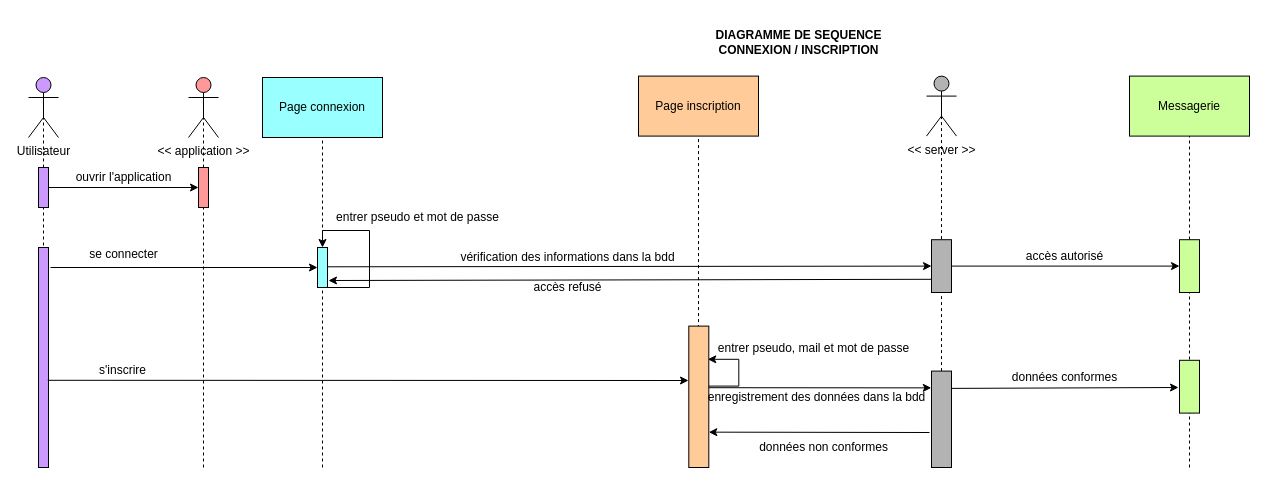
This is Documents/diagramme_sequence.drawio from Erwan8989/Projet_Android, a draw.io file, before an edit. Source tidied: cells renumbered, new cells numbered last; positions are measured from the earlier drawing's top-left corner, leaving out a move shared by most shapes. Both pictures are drawn from the tidied source at 100%, with x=0, y=0 at pixel (28, 27).
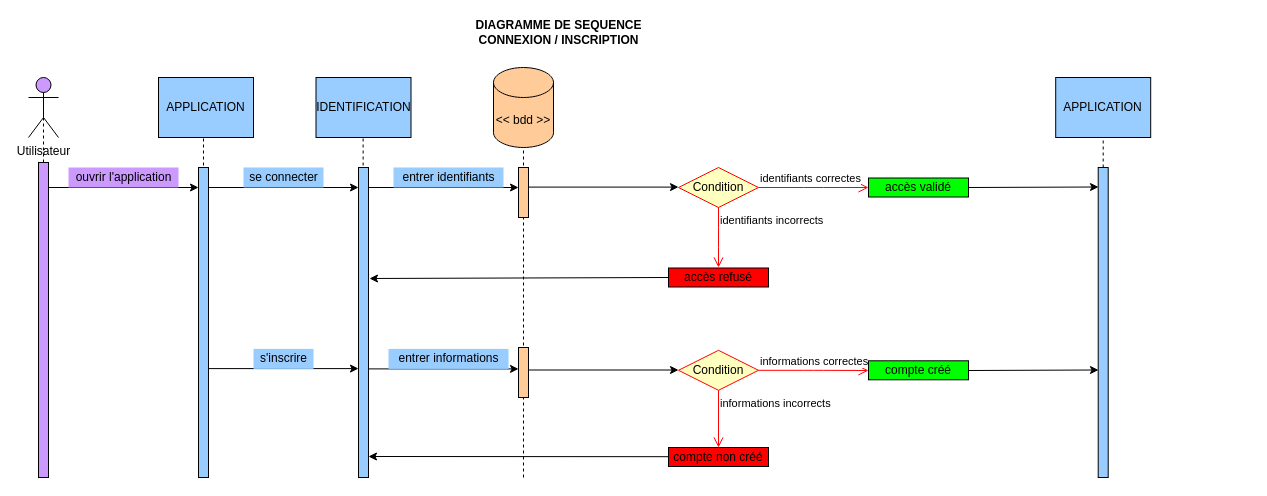
After the change.

Commit message:
MAJ diagramme de séquence

The change refers to these unchanged cells:
```xml
<mxCell id="3" value="Utilisateur" style="shape=umlActor;verticalLabelPosition=bottom;verticalAlign=top;html=1;outlineConnect=0;fillColor=#CC99FF;" parent="1" vertex="1">
  <mxGeometry y="50" width="30" height="60" as="geometry" />
</mxCell>
```

What changed in the source:
```diff
@@
-    <mxCell id="2" style="endArrow=none;dashed=1;html=1;entryX=0.5;entryY=0.5;entryDx=0;entryDy=0;entryPerimeter=0;startArrow=none;fillColor=#FF9999;" parent="1" edge="1" target="8">
-      <mxGeometry relative="1" as="geometry">
-        <mxPoint x="175" y="440" as="sourcePoint" />
-      </mxGeometry>
-    </mxCell>
+    <mxCell id="46" value="identifiants correctes" style="edgeStyle=orthogonalEdgeStyle;html=1;align=left;verticalAlign=bottom;endArrow=open;endSize=8;strokeColor=#ff0000;fillColor=#CC99FF;" parent="1" edge="1" source="52">
+      <mxGeometry x="-1" relative="1" as="geometry">
+        <mxPoint x="840" y="160" as="targetPoint" />
+      </mxGeometry>
+    </mxCell>
@@
-    <mxCell id="4" style="endArrow=none;dashed=1;html=1;entryX=0.5;entryY=0.5;entryDx=0;entryDy=0;entryPerimeter=0;fillColor=#CC99FF;" parent="1" edge="1" target="3">
-      <mxGeometry relative="1" as="geometry">
-        <mxPoint x="15" y="380" as="sourcePoint" />
-      </mxGeometry>
+    <mxCell id="4" style="endArrow=none;dashed=1;html=1;entryX=0.5;entryY=0.5;entryDx=0;entryDy=0;entryPerimeter=0;fillColor=#CC99FF;startArrow=none;" parent="1" edge="1" source="5" target="3">
+      <mxGeometry relative="1" as="geometry" />
     </mxCell>
-    <mxCell id="5" style="rounded=0;whiteSpace=wrap;html=1;fillColor=#CC99FF;" parent="1" vertex="1">
-      <mxGeometry x="10" y="140" width="10" height="40" as="geometry" />
-    </mxCell>
@@
-    <mxCell id="7" value="ouvrir l'application" style="text;html=1;align=center;verticalAlign=middle;strokeColor=none;fillColor=none;" parent="1" vertex="1">
+    <mxCell id="7" value="ouvrir l'application" style="text;html=1;align=center;verticalAlign=middle;strokeColor=none;fillColor=#CC99FF;" parent="1" vertex="1">
       <mxGeometry x="40" y="140" width="110" height="20" as="geometry" />
     </mxCell>
-    <mxCell id="8" value="&amp;lt;&amp;lt; application &amp;gt;&amp;gt;" style="shape=umlActor;verticalLabelPosition=bottom;verticalAlign=top;html=1;outlineConnect=0;fillColor=#FF9999;" parent="1" vertex="1">
-      <mxGeometry x="160" y="50" width="30" height="60" as="geometry" />
-    </mxCell>
+    <mxCell id="25" value="&lt;b&gt;DIAGRAMME DE SEQUENCE&lt;br&gt;CONNEXION / INSCRIPTION&lt;/b&gt;" style="text;html=1;align=center;verticalAlign=middle;strokeColor=none;fillColor=none;" parent="1" vertex="1">
+      <mxGeometry x="440" y="-10" width="180" height="30" as="geometry" />
+    </mxCell>
+    <mxCell id="47" style="endArrow=classic;html=1;exitX=1;exitY=0.333;exitDx=0;exitDy=0;exitPerimeter=0;fillColor=#99CCFF;" parent="1" edge="1">
+      <mxGeometry relative="1" as="geometry">
+        <mxPoint x="180" y="160" as="sourcePoint" />
+        <mxPoint x="330" y="160" as="targetPoint" />
+      </mxGeometry>
+    </mxCell>
+    <mxCell id="12" value="se connecter" style="text;html=1;align=center;verticalAlign=middle;strokeColor=none;fillColor=#99CCFF;" parent="1" vertex="1">
+      <mxGeometry x="215" y="140" width="80" height="20" as="geometry" />
+    </mxCell>
+    <mxCell id="48" style="endArrow=classic;html=1;exitX=1;exitY=0.333;exitDx=0;exitDy=0;exitPerimeter=0;fillColor=#99CCFF;" parent="1" edge="1">
+      <mxGeometry relative="1" as="geometry">
+        <mxPoint x="180" y="341.1" as="sourcePoint" />
+        <mxPoint x="330" y="341.1" as="targetPoint" />
+      </mxGeometry>
+    </mxCell>
+    <mxCell id="13" value="s'inscrire" style="text;html=1;align=center;verticalAlign=middle;strokeColor=none;fillColor=#99CCFF;" parent="1" vertex="1">
+      <mxGeometry x="225" y="321.4" width="60" height="20" as="geometry" />
+    </mxCell>
+    <mxCell id="49" style="endArrow=classic;html=1;exitX=1;exitY=0.333;exitDx=0;exitDy=0;exitPerimeter=0;" parent="1" edge="1">
+      <mxGeometry relative="1" as="geometry">
+        <mxPoint x="340" y="160" as="sourcePoint" />
+        <mxPoint x="490" y="160" as="targetPoint" />
+      </mxGeometry>
+    </mxCell>
+    <mxCell id="50" value="entrer identifiants" style="text;html=1;align=center;verticalAlign=middle;strokeColor=none;fillColor=#99CCFF;" parent="1" vertex="1">
+      <mxGeometry x="365" y="140" width="110" height="20" as="geometry" />
+    </mxCell>
+    <mxCell id="51" style="endArrow=classic;html=1;exitX=1;exitY=0.333;exitDx=0;exitDy=0;exitPerimeter=0;" parent="1" edge="1">
+      <mxGeometry relative="1" as="geometry">
+        <mxPoint x="500" y="159.6" as="sourcePoint" />
+        <mxPoint x="650" y="159.6" as="targetPoint" />
+      </mxGeometry>
+    </mxCell>
+    <mxCell id="52" value="Condition" style="rhombus;whiteSpace=wrap;html=1;fillColor=#ffffc0;strokeColor=#ff0000;" parent="1" vertex="1">
+      <mxGeometry x="650" y="140" width="80" height="40" as="geometry" />
+    </mxCell>
+    <mxCell id="53" value="identifiants incorrects" style="edgeStyle=orthogonalEdgeStyle;html=1;align=left;verticalAlign=top;endArrow=open;endSize=8;strokeColor=#ff0000;fillColor=#CC99FF;" parent="1" edge="1" source="52">
+      <mxGeometry x="-1" relative="1" as="geometry">
+        <mxPoint x="690" y="240" as="targetPoint" />
+      </mxGeometry>
+    </mxCell>
+    <mxCell id="38" value="accès refusé" style="rounded=0;whiteSpace=wrap;html=1;fillColor=#FF0000;" parent="1" vertex="1">
+      <mxGeometry x="640" y="240.5" width="100" height="19" as="geometry" />
+    </mxCell>
+    <mxCell id="54" style="endArrow=classic;html=1;fillColor=#CC99FF;exitX=0;exitY=0.5;exitDx=0;exitDy=0;" parent="1" edge="1" source="38">
+      <mxGeometry relative="1" as="geometry">
+        <mxPoint x="341" y="251" as="targetPoint" />
+      </mxGeometry>
+    </mxCell>
+    <mxCell id="55" value="accès validé" style="rounded=0;whiteSpace=wrap;html=1;fillColor=#00FF00;" parent="1" vertex="1">
+      <mxGeometry x="840" y="150.5" width="100" height="19" as="geometry" />
+    </mxCell>
+    <mxCell id="56" style="endArrow=classic;html=1;fillColor=#99CCFF;" parent="1" edge="1">
+      <mxGeometry relative="1" as="geometry">
+        <mxPoint x="940" y="160" as="sourcePoint" />
+        <mxPoint x="1070" y="159.5" as="targetPoint" />
+      </mxGeometry>
+    </mxCell>
+    <mxCell id="57" style="endArrow=none;dashed=1;html=1;fillColor=#99CCFF;entryX=0.5;entryY=0.5;entryDx=0;entryDy=0;entryPerimeter=0;" parent="1" edge="1">
+      <mxGeometry relative="1" as="geometry">
+        <mxPoint x="175" y="450" as="sourcePoint" />
+        <mxPoint x="175" y="80" as="targetPoint" />
+      </mxGeometry>
+    </mxCell>
+    <mxCell id="58" style="endArrow=none;dashed=1;html=1;fillColor=#CC99FF;entryX=0.5;entryY=0.5;entryDx=0;entryDy=0;entryPerimeter=0;" parent="1" edge="1">
+      <mxGeometry relative="1" as="geometry">
+        <mxPoint x="495" y="450" as="sourcePoint" />
+        <mxPoint x="495" y="80" as="targetPoint" />
+      </mxGeometry>
+    </mxCell>
+    <mxCell id="59" style="endArrow=none;dashed=1;html=1;fillColor=#99CCFF;entryX=0.5;entryY=0.5;entryDx=0;entryDy=0;entryPerimeter=0;startArrow=none;" parent="1" edge="1" source="61">
+      <mxGeometry relative="1" as="geometry">
+        <mxPoint x="1074.7" y="80" as="targetPoint" />
+      </mxGeometry>
+    </mxCell>
+    <mxCell id="60" style="endArrow=none;dashed=1;html=1;fillColor=#99CCFF;entryX=0.5;entryY=0.5;entryDx=0;entryDy=0;entryPerimeter=0;" parent="1" edge="1" target="61">
+      <mxGeometry relative="1" as="geometry">
+        <mxPoint x="1075" y="450" as="sourcePoint" />
+      </mxGeometry>
+    </mxCell>
+    <mxCell id="61" style="rounded=0;whiteSpace=wrap;html=1;fillColor=#99CCFF;" parent="1" vertex="1">
+      <mxGeometry x="1069.7" y="140" width="10" height="310" as="geometry" />
+    </mxCell>
+    <mxCell id="62" style="endArrow=none;dashed=1;html=1;entryX=0.5;entryY=0.5;entryDx=0;entryDy=0;entryPerimeter=0;fillColor=#CC99FF;" parent="1" edge="1" target="5">
+      <mxGeometry relative="1" as="geometry">
+        <mxPoint x="15" y="450" as="sourcePoint" />
+      </mxGeometry>
+    </mxCell>
+    <mxCell id="5" style="rounded=0;whiteSpace=wrap;html=1;fillColor=#CC99FF;" parent="1" vertex="1">
+      <mxGeometry x="10" y="135" width="10" height="315" as="geometry" />
+    </mxCell>
+    <mxCell id="63" style="rounded=0;whiteSpace=wrap;html=1;fillColor=#FFCC99;" parent="1" vertex="1">
+      <mxGeometry x="490" y="140" width="10" height="50" as="geometry" />
+    </mxCell>
-    <mxCell id="9" style="rounded=0;whiteSpace=wrap;html=1;fillColor=#FF9999;" parent="1" vertex="1">
-      <mxGeometry x="170" y="140" width="10" height="40" as="geometry" />
+    <mxCell id="9" style="rounded=0;whiteSpace=wrap;html=1;fillColor=#99CCFF;" parent="1" vertex="1">
+      <mxGeometry x="170" y="140" width="10" height="310" as="geometry" />
     </mxCell>
-    <mxCell id="10" value="Page connexion" style="rounded=0;whiteSpace=wrap;html=1;fillColor=#99FFFF;" parent="1" vertex="1">
-      <mxGeometry x="234" y="50" width="120" height="60" as="geometry" />
-    </mxCell>
-    <mxCell id="11" style="endArrow=none;dashed=1;html=1;entryX=0.5;entryY=1;entryDx=0;entryDy=0;startArrow=none;fillColor=#99FFFF;" parent="1" edge="1" target="10">
-      <mxGeometry relative="1" as="geometry">
-        <mxPoint x="294" y="440" as="sourcePoint" />
-      </mxGeometry>
-    </mxCell>
-    <mxCell id="12" value="se connecter" style="text;html=1;align=center;verticalAlign=middle;strokeColor=none;fillColor=none;" parent="1" vertex="1">
-      <mxGeometry x="55" y="217.2" width="80" height="20" as="geometry" />
-    </mxCell>
-    <mxCell id="13" value="s'inscrire" style="text;html=1;align=center;verticalAlign=middle;strokeColor=none;fillColor=none;" parent="1" vertex="1">
-      <mxGeometry x="64.3" y="332.8" width="60" height="20" as="geometry" />
-    </mxCell>
+    <mxCell id="64" style="endArrow=classic;html=1;exitX=1;exitY=0.333;exitDx=0;exitDy=0;exitPerimeter=0;" parent="1" edge="1">
+      <mxGeometry relative="1" as="geometry">
+        <mxPoint x="340" y="341.4" as="sourcePoint" />
+        <mxPoint x="490" y="341.4" as="targetPoint" />
+      </mxGeometry>
+    </mxCell>
+    <mxCell id="65" value="entrer informations" style="text;html=1;align=center;verticalAlign=middle;strokeColor=none;fillColor=#99CCFF;" parent="1" vertex="1">
+      <mxGeometry x="360" y="321.4" width="120" height="20" as="geometry" />
+    </mxCell>
+    <mxCell id="66" style="rounded=0;whiteSpace=wrap;html=1;fillColor=#FFCC99;" parent="1" vertex="1">
+      <mxGeometry x="490" y="320" width="10" height="50" as="geometry" />
+    </mxCell>
+    <mxCell id="67" value="Condition" style="rhombus;whiteSpace=wrap;html=1;fillColor=#ffffc0;strokeColor=#ff0000;" parent="1" vertex="1">
+      <mxGeometry x="650" y="322.8" width="80" height="40" as="geometry" />
+    </mxCell>
+    <mxCell id="68" value="informations correctes" style="edgeStyle=orthogonalEdgeStyle;html=1;align=left;verticalAlign=bottom;endArrow=open;endSize=8;strokeColor=#ff0000;fillColor=#CC99FF;" parent="1" edge="1" source="67">
+      <mxGeometry x="-1" relative="1" as="geometry">
+        <mxPoint x="840" y="343" as="targetPoint" />
+      </mxGeometry>
+    </mxCell>
+    <mxCell id="69" value="informations incorrects" style="edgeStyle=orthogonalEdgeStyle;html=1;align=left;verticalAlign=top;endArrow=open;endSize=8;strokeColor=#ff0000;fillColor=#CC99FF;entryX=0.5;entryY=0;entryDx=0;entryDy=0;" parent="1" edge="1" source="67" target="72">
+      <mxGeometry x="-1" relative="1" as="geometry" />
+    </mxCell>
+    <mxCell id="70" style="endArrow=classic;html=1;exitX=1;exitY=0.333;exitDx=0;exitDy=0;exitPerimeter=0;" parent="1" edge="1">
+      <mxGeometry relative="1" as="geometry">
+        <mxPoint x="500" y="342.5" as="sourcePoint" />
+        <mxPoint x="650" y="342.5" as="targetPoint" />
+      </mxGeometry>
+    </mxCell>
+    <mxCell id="71" value="compte créé" style="rounded=0;whiteSpace=wrap;html=1;fillColor=#00FF00;" parent="1" vertex="1">
+      <mxGeometry x="840" y="333.3" width="100" height="19" as="geometry" />
+    </mxCell>
+    <mxCell id="72" value="compte non créé" style="rounded=0;whiteSpace=wrap;html=1;fillColor=#FF0000;" parent="1" vertex="1">
+      <mxGeometry x="640" y="420" width="100" height="19" as="geometry" />
+    </mxCell>
+    <mxCell id="73" style="endArrow=classic;html=1;fillColor=#CC99FF;exitX=0;exitY=0.5;exitDx=0;exitDy=0;" parent="1" edge="1">
+      <mxGeometry relative="1" as="geometry">
+        <mxPoint x="640" y="429.2" as="sourcePoint" />
+        <mxPoint x="340" y="429" as="targetPoint" />
+      </mxGeometry>
+    </mxCell>
+    <mxCell id="74" style="endArrow=classic;html=1;fillColor=#99CCFF;" parent="1" edge="1">
+      <mxGeometry relative="1" as="geometry">
+        <mxPoint x="940" y="343" as="sourcePoint" />
+        <mxPoint x="1070" y="342.5" as="targetPoint" />
+      </mxGeometry>
+    </mxCell>
+    <mxCell id="75" value="&amp;lt;&amp;lt; bdd &amp;gt;&amp;gt;" style="shape=cylinder3;whiteSpace=wrap;html=1;boundedLbl=1;backgroundOutline=1;size=15;fillColor=#FFCC99;" parent="1" vertex="1">
+      <mxGeometry x="465" y="40" width="60" height="80" as="geometry" />
+    </mxCell>
+    <mxCell id="76" value="APPLICATION" style="rounded=0;whiteSpace=wrap;html=1;fillColor=#99CCFF;" parent="1" vertex="1">
+      <mxGeometry x="130" y="50" width="95" height="60" as="geometry" />
+    </mxCell>
+    <mxCell id="77" style="endArrow=none;dashed=1;html=1;fillColor=#99CCFF;entryX=0.5;entryY=0.5;entryDx=0;entryDy=0;entryPerimeter=0;" parent="1" edge="1">
+      <mxGeometry relative="1" as="geometry">
+        <mxPoint x="335" y="450" as="sourcePoint" />
+        <mxPoint x="334.6" y="100" as="targetPoint" />
+      </mxGeometry>
+    </mxCell>
-    <mxCell id="14" style="rounded=0;whiteSpace=wrap;html=1;fillColor=#CC99FF;" parent="1" vertex="1">
-      <mxGeometry x="10" y="220" width="10" height="220" as="geometry" />
+    <mxCell id="14" style="rounded=0;whiteSpace=wrap;html=1;fillColor=#99CCFF;" parent="1" vertex="1">
+      <mxGeometry x="330" y="140" width="10" height="310" as="geometry" />
     </mxCell>
-    <mxCell id="15" style="endArrow=classic;html=1;entryX=0;entryY=0.5;entryDx=0;entryDy=0;" parent="1" edge="1" target="18">
-      <mxGeometry relative="1" as="geometry">
-        <mxPoint x="22" y="240" as="sourcePoint" />
-      </mxGeometry>
-    </mxCell>
-    <mxCell id="16" style="endArrow=classic;html=1;exitX=1;exitY=0.75;exitDx=0;exitDy=0;" parent="1" edge="1">
-      <mxGeometry relative="1" as="geometry">
-        <mxPoint x="19.3" y="352.8" as="sourcePoint" />
-        <mxPoint x="660" y="353" as="targetPoint" />
-      </mxGeometry>
-    </mxCell>
-    <mxCell id="17" style="edgeStyle=orthogonalEdgeStyle;rounded=0;orthogonalLoop=1;jettySize=auto;html=1;exitX=1;exitY=0.25;exitDx=0;exitDy=0;entryX=0.5;entryY=0;entryDx=0;entryDy=0;fillColor=#99FFFF;" parent="1" edge="1" source="18" target="18">
-      <mxGeometry relative="1" as="geometry">
-        <Array as="points">
-          <mxPoint x="299" y="260" />
-          <mxPoint x="341" y="260" />
-          <mxPoint x="341" y="203" />
-          <mxPoint x="294" y="203" />
-        </Array>
-      </mxGeometry>
-    </mxCell>
-    <mxCell id="18" style="rounded=0;whiteSpace=wrap;html=1;fillColor=#99FFFF;" parent="1" vertex="1">
-      <mxGeometry x="289" y="220" width="10" height="40" as="geometry" />
-    </mxCell>
-    <mxCell id="19" value="entrer pseudo et mot de passe" style="text;html=1;align=center;verticalAlign=middle;strokeColor=none;fillColor=none;" parent="1" vertex="1">
-      <mxGeometry x="299" y="180" width="180" height="20" as="geometry" />
-    </mxCell>
-    <mxCell id="20" value="Page inscription" style="rounded=0;whiteSpace=wrap;html=1;fillColor=#FFCC99;" parent="1" vertex="1">
-      <mxGeometry x="610" y="48.6" width="120" height="60" as="geometry" />
-    </mxCell>
-    <mxCell id="21" style="endArrow=none;dashed=1;html=1;entryX=0.5;entryY=1;entryDx=0;entryDy=0;startArrow=none;fillColor=#FFCC99;" parent="1" edge="1" target="20">
-      <mxGeometry relative="1" as="geometry">
-        <mxPoint x="670" y="378.6" as="sourcePoint" />
-      </mxGeometry>
-    </mxCell>
-    <mxCell id="22" style="edgeStyle=orthogonalEdgeStyle;rounded=0;orthogonalLoop=1;jettySize=auto;html=1;exitX=1;exitY=0.25;exitDx=0;exitDy=0;entryX=1;entryY=0.25;entryDx=0;entryDy=0;fillColor=#FFCC99;" parent="1" edge="1">
-      <mxGeometry relative="1" as="geometry">
-        <mxPoint x="679.3" y="331.8" as="sourcePoint" />
-        <mxPoint x="679.3" y="331.8" as="targetPoint" />
-        <Array as="points">
-          <mxPoint x="669.3" y="358.6" />
-          <mxPoint x="710.3" y="358.6" />
-          <mxPoint x="710.3" y="328.6" />
-        </Array>
-      </mxGeometry>
-    </mxCell>
-    <mxCell id="23" style="rounded=0;whiteSpace=wrap;html=1;fillColor=#FFCC99;" parent="1" vertex="1">
-      <mxGeometry x="660.3" y="298.6" width="20" height="141.4" as="geometry" />
-    </mxCell>
-    <mxCell id="24" value="entrer pseudo, mail et mot de passe" style="text;html=1;align=center;verticalAlign=middle;strokeColor=none;fillColor=none;" parent="1" vertex="1">
-      <mxGeometry x="680.3" y="311.4" width="210" height="20" as="geometry" />
-    </mxCell>
-    <mxCell id="25" value="&lt;b&gt;DIAGRAMME DE SEQUENCE&lt;br&gt;CONNEXION / INSCRIPTION&lt;/b&gt;" style="text;html=1;align=center;verticalAlign=middle;strokeColor=none;fillColor=none;" parent="1" vertex="1">
-      <mxGeometry x="680.3" width="180" height="30" as="geometry" />
-    </mxCell>
-    <mxCell id="26" value="&amp;lt;&amp;lt; server &amp;gt;&amp;gt;" style="shape=umlActor;verticalLabelPosition=bottom;verticalAlign=top;html=1;outlineConnect=0;fillColor=#B3B3B3;" parent="1" vertex="1">
-      <mxGeometry x="898" y="48.6" width="30" height="60" as="geometry" />
-    </mxCell>
-    <mxCell id="27" style="endArrow=classic;html=1;exitX=1;exitY=0.25;exitDx=0;exitDy=0;entryX=0;entryY=0.5;entryDx=0;entryDy=0;" parent="1" edge="1" target="30">
-      <mxGeometry relative="1" as="geometry">
-        <mxPoint x="299" y="239.3" as="sourcePoint" />
-      </mxGeometry>
-    </mxCell>
-    <mxCell id="28" value="vérification des informations dans la bdd" style="text;html=1;align=center;verticalAlign=middle;strokeColor=none;fillColor=none;" parent="1" vertex="1">
-      <mxGeometry x="424.3" y="220" width="230" height="20" as="geometry" />
-    </mxCell>
-    <mxCell id="29" style="endArrow=none;dashed=1;html=1;startArrow=none;entryX=0.5;entryY=0.5;entryDx=0;entryDy=0;entryPerimeter=0;fillColor=#B3B3B3;" parent="1" edge="1" source="40" target="26">
-      <mxGeometry relative="1" as="geometry" />
-    </mxCell>
-    <mxCell id="30" style="rounded=0;whiteSpace=wrap;html=1;fillColor=#B3B3B3;" parent="1" vertex="1">
-      <mxGeometry x="903" y="212.2" width="20" height="52.8" as="geometry" />
-    </mxCell>
-    <mxCell id="31" value="Messagerie" style="rounded=0;whiteSpace=wrap;html=1;fillColor=#CCFF99;" parent="1" vertex="1">
-      <mxGeometry x="1101" y="48.6" width="120" height="60" as="geometry" />
-    </mxCell>
-    <mxCell id="32" style="endArrow=none;dashed=1;html=1;entryX=0.5;entryY=1;entryDx=0;entryDy=0;startArrow=none;fillColor=#CCFF99;" parent="1" edge="1" target="31">
-      <mxGeometry relative="1" as="geometry">
-        <mxPoint x="1161" y="440" as="sourcePoint" />
-      </mxGeometry>
-    </mxCell>
-    <mxCell id="33" style="endArrow=classic;html=1;exitX=1;exitY=0.5;exitDx=0;exitDy=0;entryX=0;entryY=0.5;entryDx=0;entryDy=0;" parent="1" edge="1" source="30" target="34">
-      <mxGeometry relative="1" as="geometry" />
-    </mxCell>
-    <mxCell id="34" style="rounded=0;whiteSpace=wrap;html=1;fillColor=#CCFF99;" parent="1" vertex="1">
-      <mxGeometry x="1151" y="212.2" width="20" height="52.8" as="geometry" />
-    </mxCell>
-    <mxCell id="35" value="accès autorisé" style="text;html=1;align=center;verticalAlign=middle;strokeColor=none;fillColor=none;" parent="1" vertex="1">
-      <mxGeometry x="991" y="218.6" width="90" height="20" as="geometry" />
-    </mxCell>
-    <mxCell id="36" style="endArrow=classic;html=1;exitX=1;exitY=0.75;exitDx=0;exitDy=0;entryX=-0.01;entryY=0.174;entryDx=0;entryDy=0;entryPerimeter=0;" parent="1" edge="1" target="40">
-      <mxGeometry relative="1" as="geometry">
-        <mxPoint x="680.3" y="360.2" as="sourcePoint" />
-      </mxGeometry>
-    </mxCell>
-    <mxCell id="37" style="endArrow=classic;html=1;exitX=0;exitY=0.75;exitDx=0;exitDy=0;" parent="1" edge="1" source="30">
-      <mxGeometry relative="1" as="geometry">
-        <mxPoint x="300" y="253" as="targetPoint" />
-      </mxGeometry>
-    </mxCell>
-    <mxCell id="38" value="accès refusé" style="text;html=1;align=center;verticalAlign=middle;points=[];strokeColor=none;fillColor=none;" parent="1" vertex="1">
-      <mxGeometry x="499.3" y="250" width="80" height="20" as="geometry" />
-    </mxCell>
-    <mxCell id="39" value="enregistrement des données dans la bdd" style="text;html=1;align=center;verticalAlign=middle;strokeColor=none;fillColor=none;" parent="1" vertex="1">
-      <mxGeometry x="673" y="360" width="230" height="20" as="geometry" />
-    </mxCell>
-    <mxCell id="40" style="rounded=0;whiteSpace=wrap;html=1;fillColor=#B3B3B3;" parent="1" vertex="1">
-      <mxGeometry x="903" y="343.6" width="20" height="96.4" as="geometry" />
-    </mxCell>
-    <mxCell id="41" style="endArrow=classic;html=1;exitX=1;exitY=0.75;exitDx=0;exitDy=0;" parent="1" edge="1">
-      <mxGeometry relative="1" as="geometry">
-        <mxPoint x="923" y="360.9" as="sourcePoint" />
-        <mxPoint x="1150" y="360" as="targetPoint" />
-      </mxGeometry>
-    </mxCell>
-    <mxCell id="42" value="données conformes" style="text;html=1;align=center;verticalAlign=middle;strokeColor=none;fillColor=none;" parent="1" vertex="1">
-      <mxGeometry x="976" y="340" width="120" height="20" as="geometry" />
-    </mxCell>
-    <mxCell id="43" style="rounded=0;whiteSpace=wrap;html=1;fillColor=#CCFF99;" parent="1" vertex="1">
-      <mxGeometry x="1151" y="332.8" width="20" height="52.8" as="geometry" />
-    </mxCell>
-    <mxCell id="44" style="endArrow=classic;html=1;entryX=1;entryY=0.75;entryDx=0;entryDy=0;" parent="1" edge="1" target="23">
-      <mxGeometry relative="1" as="geometry">
-        <mxPoint x="901" y="405" as="sourcePoint" />
-      </mxGeometry>
-    </mxCell>
-    <mxCell id="45" value="données non conformes" style="text;html=1;align=center;verticalAlign=middle;strokeColor=none;fillColor=none;" parent="1" vertex="1">
-      <mxGeometry x="725.3" y="410" width="140" height="20" as="geometry" />
-    </mxCell>
+    <mxCell id="78" value="IDENTIFICATION" style="rounded=0;whiteSpace=wrap;html=1;fillColor=#99CCFF;" parent="1" vertex="1">
+      <mxGeometry x="287.5" y="50" width="95" height="60" as="geometry" />
+    </mxCell>
+    <mxCell id="79" value="APPLICATION" style="rounded=0;whiteSpace=wrap;html=1;fillColor=#99CCFF;" parent="1" vertex="1">
+      <mxGeometry x="1027.2" y="50" width="95" height="60" as="geometry" />
+    </mxCell>
```
